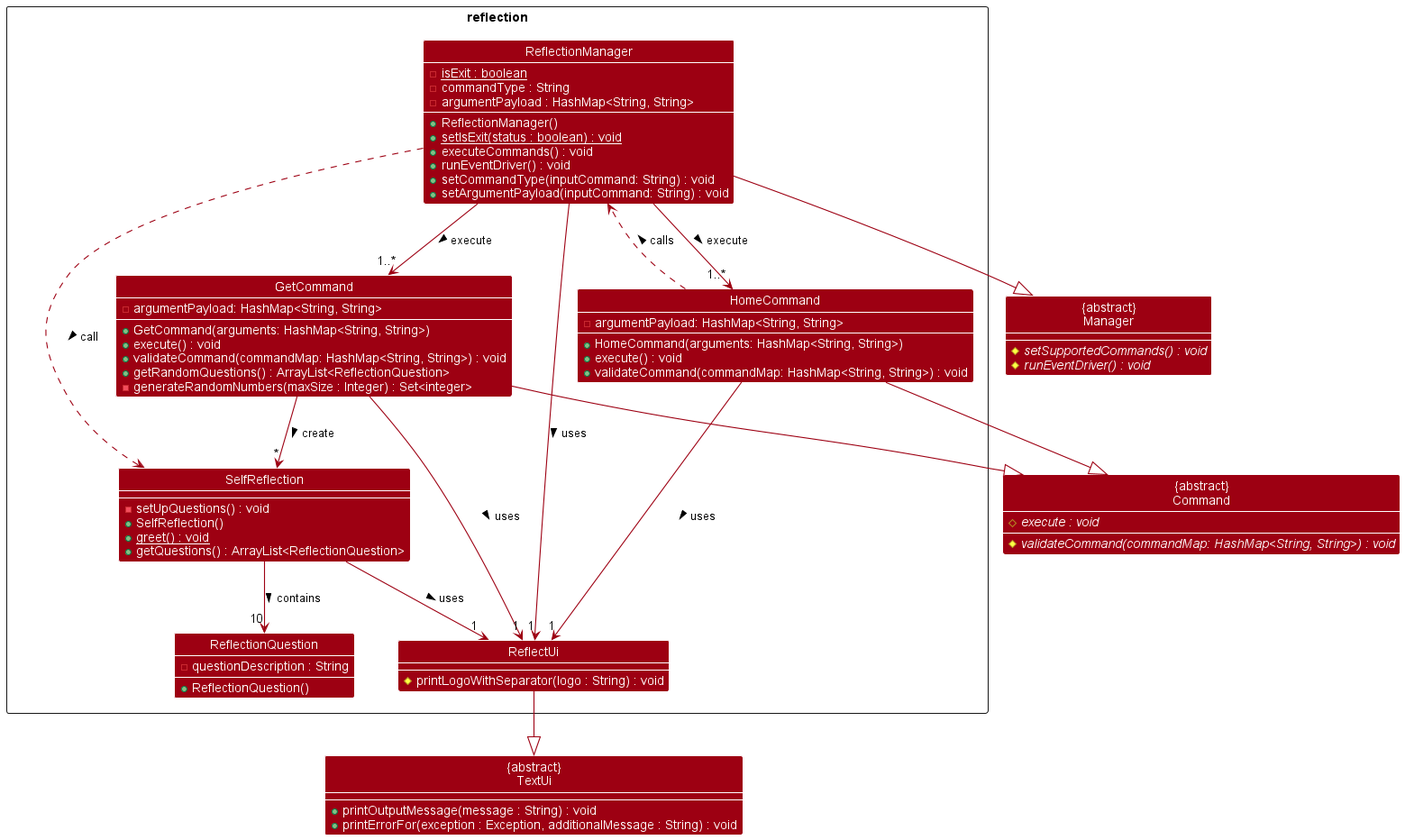
This is docs/diagrams/ReflectionClassDiagram.png from wenxin-c/tp, a PlantUML export, as it was before one commit.
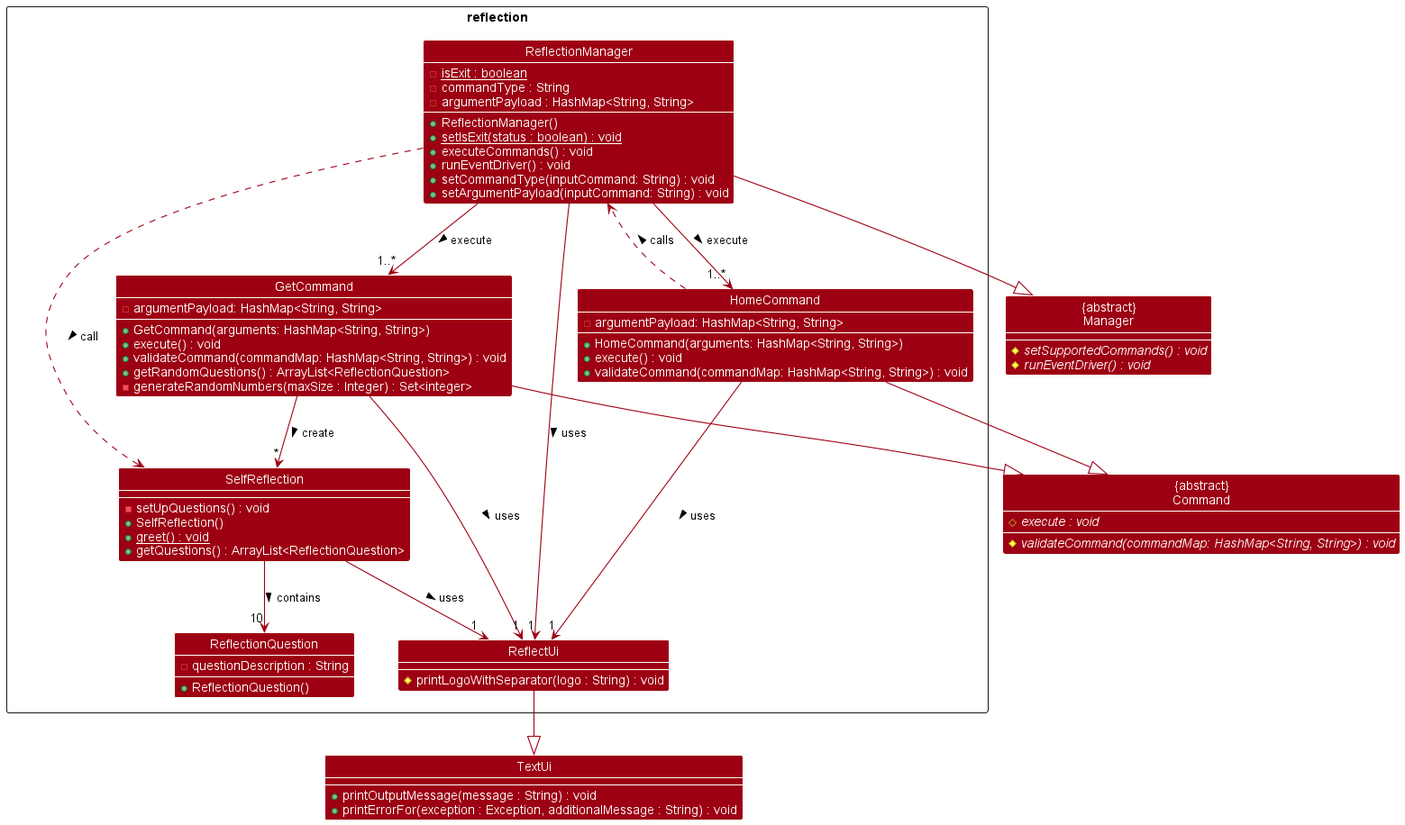
Above is the later version.

Diff of the diagram source:
```diff
@@ -44,7 +44,7 @@
 +getQuestions() : ArrayList<ReflectionQuestion>
 }
 }
-class "{abstract}\nTextUi" as TextUi{
+class TextUi{
 +printOutputMessage(message : String) : void
 +printErrorFor(exception : Exception, additionalMessage : String) : void
 }
```
